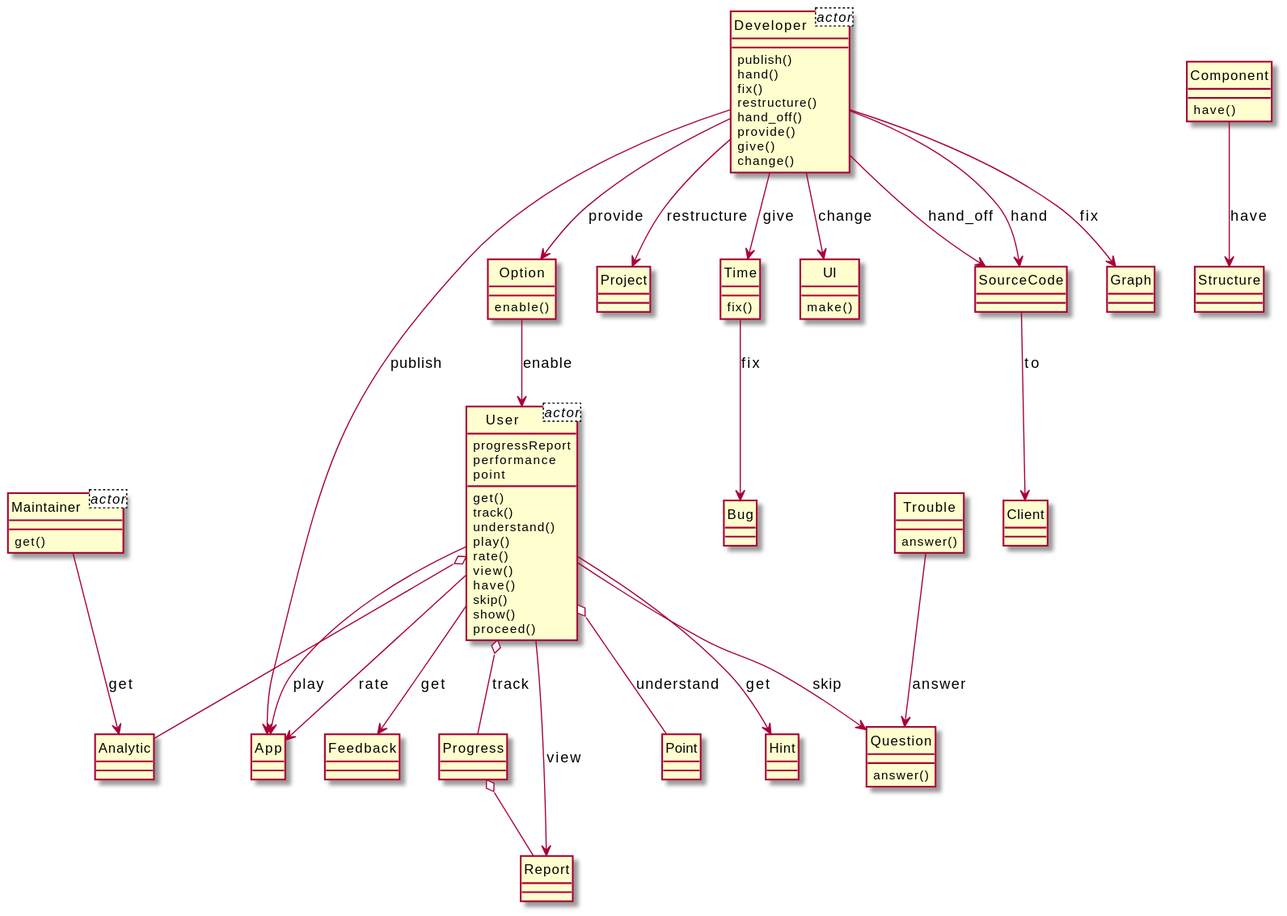
Before: output/diagram_5/2019-USC-Project07.svg, a diagram exported from PlantUML (xixixhalu/DomainModelExtractor).
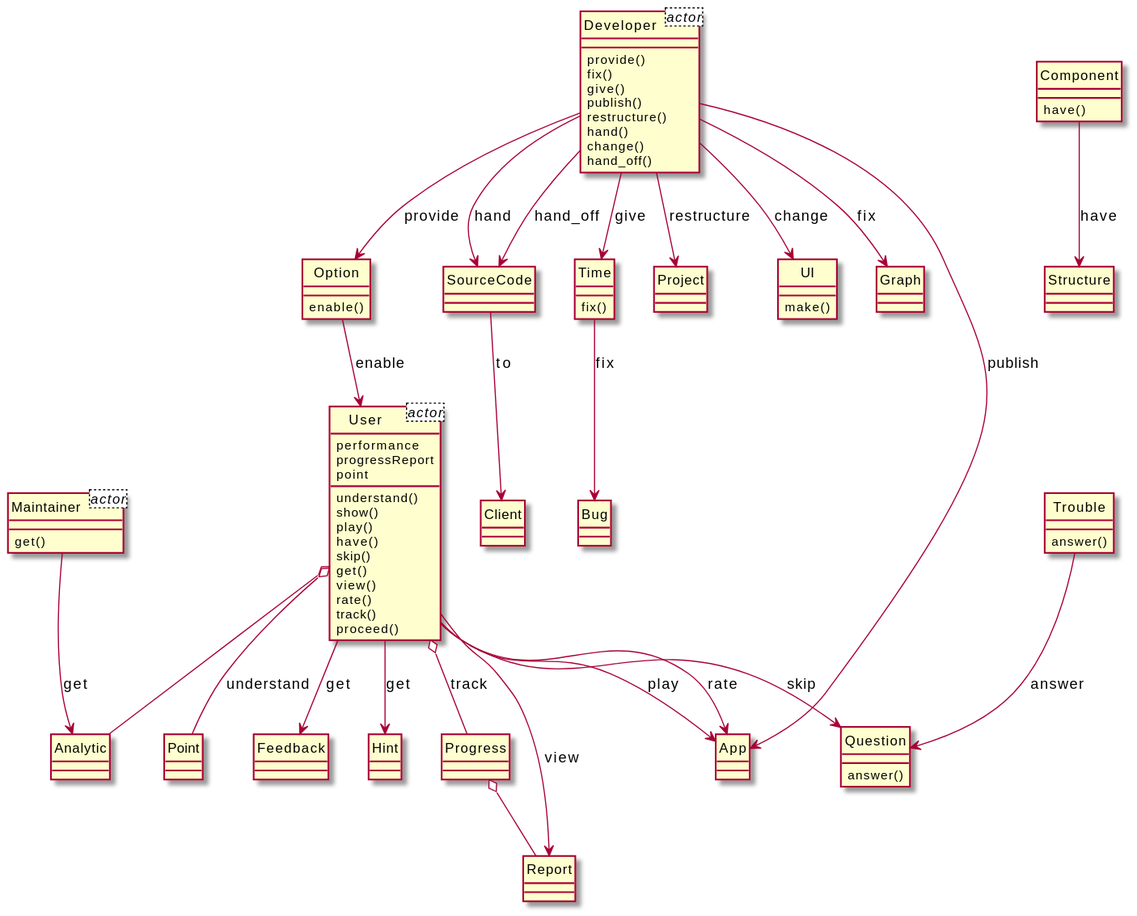
The same diagram one commit later.

Change to the diagram source:
```diff
@@ -1,8 +1,8 @@
 @startuml
 hide circle
 class User<actor> {
+	performance
 	progressReport
-	performance
 	point
 }
 class Developer<actor> {
@@ -11,95 +11,95 @@
 }
 class Analytic {
 }
-class Developer {
-	publish()
-	hand()
-	fix()
-	restructure()
-	hand_off()
-	provide()
-	give()
-	change()
-}
-class Option {
-	enable()
-}
-class Time {
-	fix()
-}
-class Project {
-}
 class User {
-	get()
-	track()
 	understand()
+	show()
 	play()
-	rate()
-	view()
 	have()
 	skip()
-	show()
+	get()
+	view()
+	rate()
+	track()
 	proceed()
-}
-class Hint {
-}
-class Maintainer {
-	get()
-}
-class Question {
-	answer()
 }
 class App {
 }
-class UI {
-	make()
+class Developer {
+	provide()
+	fix()
+	give()
+	publish()
+	restructure()
+	hand()
+	change()
+	hand_off()
 }
-class Feedback {
-}
-class SourceCode {
+class Point {
 }
 class Component {
 	have()
 }
 class Structure {
 }
-class Bug {
+class Feedback {
 }
-class Progress {
-}
-class Report {
-}
-class Graph {
-}
-class Point {
+class Question {
+	answer()
 }
 class Trouble {
 	answer()
 }
+class Maintainer {
+	get()
+}
+class SourceCode {
+}
+class Time {
+	fix()
+}
+class Bug {
+}
+class Project {
+}
+class Hint {
+}
+class UI {
+	make()
+}
+class Graph {
+}
+class Progress {
+}
+class Option {
+	enable()
+}
+class Report {
+}
 class Client {
 }
+Developer --> App : publish
 User --> App : play
+Developer --> Option : provide
+User --> Question : skip
+User --> Feedback : get
+Trouble --> Question : answer
+User --> Report : view
+SourceCode --> Client : to
+Maintainer --> Analytic : get
+Developer --> SourceCode : hand_off
+Developer --> SourceCode : hand
+Option --> User : enable
 Developer --> Time : give
-Developer --> App : publish
+User o-- Analytic
+Time --> Bug : fix
+Progress o-- Report
+Developer --> Project : restructure
+Component --> Structure : have
+User --> Hint : get
+Developer --> UI : change
 Developer --> Graph : fix
-User --> Question : skip
-Maintainer --> Analytic : get
+User o-- Progress : track
+User o-- Point : understand
 User --> App : rate
-User o-- Point : understand
-Trouble --> Question : answer
-Developer --> UI : change
-Option --> User : enable
-User o-- Analytic
-User --> Feedback : get
-SourceCode --> Client : to
-Developer --> Project : restructure
-Developer --> SourceCode : hand_off
-Progress o-- Report
-Developer --> SourceCode : hand
-User --> Hint : get
-Component --> Structure : have
-Time --> Bug : fix
-User o-- Progress : track
-User --> Report : view
-Developer --> Option : provide
 @enduml
```
